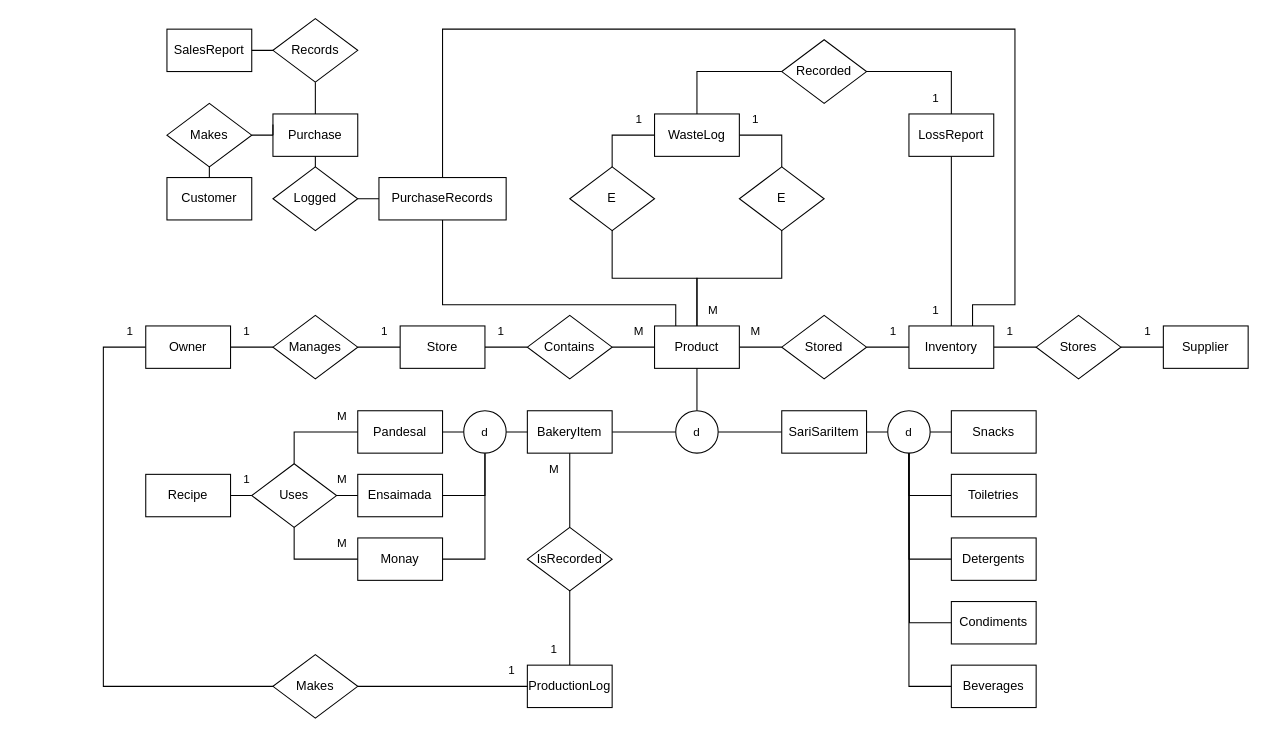
Above: Reworked ERD.drawio in ConnedMaster/ITS131P (draw.io), before the change. Source tidied: cells renumbered, new cells numbered last; positions are measured from the earlier drawing's top-left corner, leaving out a move shared by most shapes. Both pictures are drawn from the tidied source at 106%, with x=0, y=0 at pixel (103, 18).
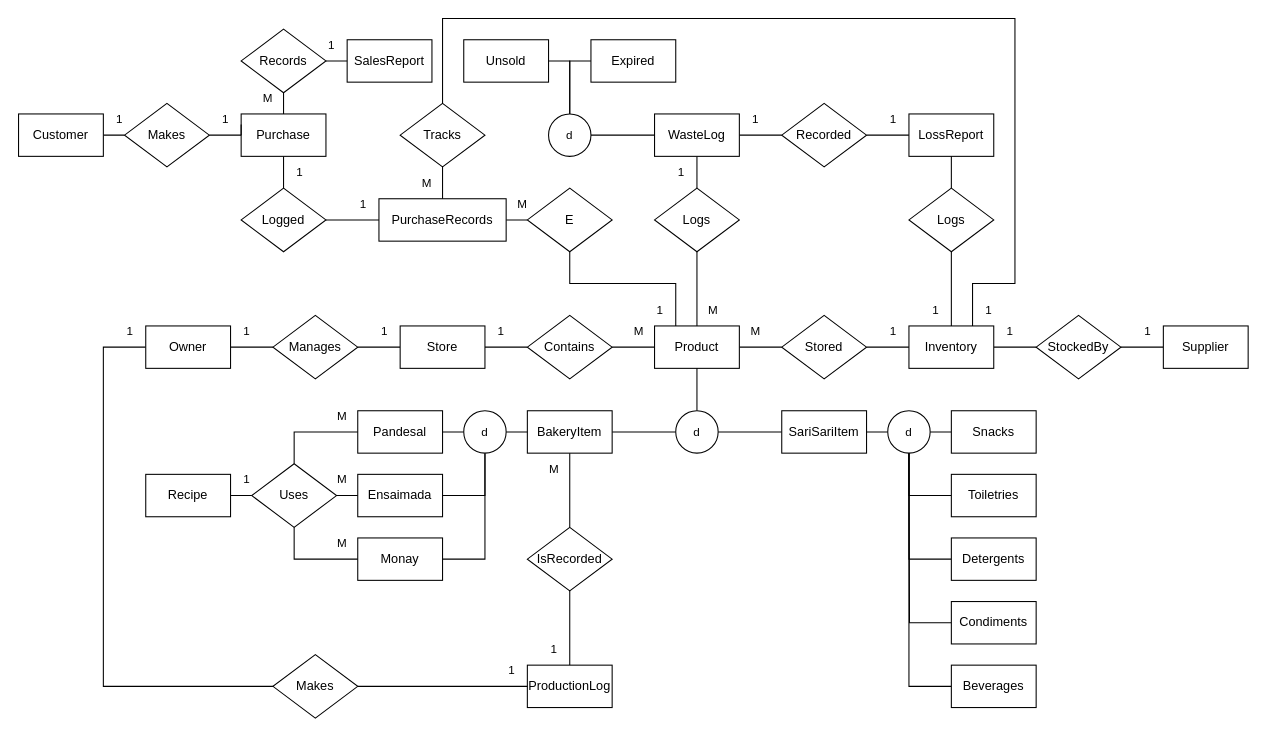
Above is the later version.

Unchanged cells that the change refers to:
```xml
<mxCell id="16" value="Product" style="whiteSpace=wrap;html=1;align=center;" parent="1" vertex="1">
  <mxGeometry x="520" y="290" width="80" height="40" as="geometry" />
</mxCell>
<mxCell id="20" value="Inventory" style="whiteSpace=wrap;html=1;align=center;" parent="1" vertex="1">
  <mxGeometry x="760" y="290" width="80" height="40" as="geometry" />
</mxCell>
<mxCell id="70" value="WasteLog" style="whiteSpace=wrap;html=1;align=center;" parent="1" vertex="1">
  <mxGeometry x="520" y="90" width="80" height="40" as="geometry" />
</mxCell>
<mxCell id="77" value="LossReport" style="whiteSpace=wrap;html=1;align=center;" parent="1" vertex="1">
  <mxGeometry x="760" y="90" width="80" height="40" as="geometry" />
</mxCell>
```

Change to the diagram source:
```diff
@@
-    <mxCell id="14" style="edgeStyle=orthogonalEdgeStyle;shape=connector;rounded=0;jettySize=auto;html=1;entryX=0.5;entryY=1;entryDx=0;entryDy=0;strokeColor=default;align=center;verticalAlign=middle;fontFamily=Helvetica;fontSize=11;fontColor=default;labelBackgroundColor=default;startFill=0;endArrow=none;" parent="1" edge="1" source="16" target="66">
-      <mxGeometry relative="1" as="geometry" />
-    </mxCell>
@@
-    <mxCell id="22" value="Stores" style="shape=rhombus;perimeter=rhombusPerimeter;whiteSpace=wrap;html=1;align=center;" parent="1" vertex="1">
+    <mxCell id="22" value="StockedBy" style="shape=rhombus;perimeter=rhombusPerimeter;whiteSpace=wrap;html=1;align=center;" parent="1" vertex="1">
       <mxGeometry x="880" y="280" width="80" height="60" as="geometry" />
     </mxCell>
@@
-    <mxCell id="60" style="edgeStyle=orthogonalEdgeStyle;shape=connector;rounded=0;jettySize=auto;html=1;entryX=0.25;entryY=0;entryDx=0;entryDy=0;strokeColor=default;align=center;verticalAlign=middle;fontFamily=Helvetica;fontSize=11;fontColor=default;labelBackgroundColor=default;startFill=0;endArrow=none;exitX=0.5;exitY=1;exitDx=0;exitDy=0;" parent="1" edge="1" source="62" target="16">
-      <mxGeometry relative="1" as="geometry">
-        <Array as="points">
-          <mxPoint x="320" y="270" />
-          <mxPoint x="540" y="270" />
-        </Array>
-      </mxGeometry>
-    </mxCell>
-    <mxCell id="61" style="edgeStyle=orthogonalEdgeStyle;shape=connector;rounded=0;jettySize=auto;html=1;entryX=0.75;entryY=0;entryDx=0;entryDy=0;strokeColor=default;align=center;verticalAlign=middle;fontFamily=Helvetica;fontSize=11;fontColor=default;labelBackgroundColor=default;startFill=0;endArrow=none;exitX=0.5;exitY=0;exitDx=0;exitDy=0;" parent="1" edge="1" source="62" target="20">
+    <mxCell id="61" style="edgeStyle=orthogonalEdgeStyle;shape=connector;rounded=0;jettySize=auto;html=1;entryX=0.75;entryY=0;entryDx=0;entryDy=0;strokeColor=default;align=center;verticalAlign=middle;fontFamily=Helvetica;fontSize=11;fontColor=default;labelBackgroundColor=default;startFill=0;endArrow=none;exitX=0.5;exitY=0;exitDx=0;exitDy=0;" parent="1" edge="1" source="115" target="20">
       <mxGeometry relative="1" as="geometry">
         <Array as="points">
-          <mxPoint x="320" y="10" />
-          <mxPoint x="860" y="10" />
-          <mxPoint x="860" y="270" />
-          <mxPoint x="820" y="270" />
+          <mxPoint x="320" />
+          <mxPoint x="860" />
+          <mxPoint x="860" y="250" />
+          <mxPoint x="820" y="250" />
         </Array>
       </mxGeometry>
     </mxCell>
+    <mxCell id="107" style="edgeStyle=orthogonalEdgeStyle;shape=connector;rounded=0;jettySize=auto;html=1;entryX=0;entryY=0.5;entryDx=0;entryDy=0;strokeColor=default;align=center;verticalAlign=middle;fontFamily=Helvetica;fontSize=11;fontColor=default;labelBackgroundColor=default;startFill=0;endArrow=none;" parent="1" edge="1" source="62" target="66">
+      <mxGeometry relative="1" as="geometry" />
+    </mxCell>
     <mxCell id="62" value="PurchaseRecords" style="whiteSpace=wrap;html=1;align=center;" parent="1" vertex="1">
-      <mxGeometry x="260" y="150" width="120" height="40" as="geometry" />
+      <mxGeometry x="260" y="170" width="120" height="40" as="geometry" />
     </mxCell>
@@
     <mxCell id="64" value="Purchase" style="whiteSpace=wrap;html=1;align=center;" parent="1" vertex="1">
-      <mxGeometry x="160" y="90" width="80" height="40" as="geometry" />
+      <mxGeometry x="130" y="90" width="80" height="40" as="geometry" />
     </mxCell>
-    <mxCell id="65" style="edgeStyle=orthogonalEdgeStyle;shape=connector;rounded=0;jettySize=auto;html=1;entryX=0;entryY=0.5;entryDx=0;entryDy=0;strokeColor=default;align=center;verticalAlign=middle;fontFamily=Helvetica;fontSize=11;fontColor=default;labelBackgroundColor=default;startFill=0;endArrow=none;" parent="1" edge="1" source="66" target="70">
-      <mxGeometry relative="1" as="geometry">
-        <Array as="points">
-          <mxPoint x="480" y="110" />
-        </Array>
-      </mxGeometry>
-    </mxCell>
-    <mxCell id="66" value="E" style="shape=rhombus;perimeter=rhombusPerimeter;whiteSpace=wrap;html=1;align=center;" parent="1" vertex="1">
-      <mxGeometry x="440" y="140" width="80" height="60" as="geometry" />
-    </mxCell>
-    <mxCell id="67" style="edgeStyle=orthogonalEdgeStyle;shape=connector;rounded=0;jettySize=auto;html=1;entryX=1;entryY=0.5;entryDx=0;entryDy=0;strokeColor=default;align=center;verticalAlign=middle;fontFamily=Helvetica;fontSize=11;fontColor=default;labelBackgroundColor=default;startFill=0;endArrow=none;" parent="1" edge="1" source="68" target="70">
-      <mxGeometry relative="1" as="geometry">
-        <Array as="points">
-          <mxPoint x="640" y="110" />
-        </Array>
-      </mxGeometry>
+    <mxCell id="67" style="edgeStyle=orthogonalEdgeStyle;shape=connector;rounded=0;jettySize=auto;html=1;entryX=0.5;entryY=1;entryDx=0;entryDy=0;strokeColor=default;align=center;verticalAlign=middle;fontFamily=Helvetica;fontSize=11;fontColor=default;labelBackgroundColor=default;startFill=0;endArrow=none;" parent="1" edge="1" source="68" target="70">
+      <mxGeometry relative="1" as="geometry" />
     </mxCell>
-    <mxCell id="68" value="E" style="shape=rhombus;perimeter=rhombusPerimeter;whiteSpace=wrap;html=1;align=center;" parent="1" vertex="1">
-      <mxGeometry x="600" y="140" width="80" height="60" as="geometry" />
+    <mxCell id="68" value="Logs" style="shape=rhombus;perimeter=rhombusPerimeter;whiteSpace=wrap;html=1;align=center;" parent="1" vertex="1">
+      <mxGeometry x="520" y="160" width="80" height="60" as="geometry" />
     </mxCell>
-    <mxCell id="69" style="edgeStyle=orthogonalEdgeStyle;shape=connector;rounded=0;jettySize=auto;html=1;strokeColor=default;align=center;verticalAlign=middle;fontFamily=Helvetica;fontSize=11;fontColor=default;labelBackgroundColor=default;startFill=0;endArrow=none;entryX=0;entryY=0.5;entryDx=0;entryDy=0;" parent="1" edge="1" source="70" target="75">
-      <mxGeometry relative="1" as="geometry">
-        <Array as="points">
-          <mxPoint x="560" y="50" />
-        </Array>
-      </mxGeometry>
+    <mxCell id="69" style="edgeStyle=orthogonalEdgeStyle;shape=connector;rounded=0;jettySize=auto;html=1;entryX=0;entryY=0.5;entryDx=0;entryDy=0;strokeColor=default;align=center;verticalAlign=middle;fontFamily=Helvetica;fontSize=11;fontColor=default;labelBackgroundColor=default;startFill=0;endArrow=none;" parent="1" edge="1" source="70" target="75">
+      <mxGeometry relative="1" as="geometry" />
     </mxCell>
@@
-    <mxCell id="72" style="edgeStyle=orthogonalEdgeStyle;shape=connector;rounded=0;jettySize=auto;html=1;entryX=0.5;entryY=1;entryDx=0;entryDy=0;strokeColor=default;align=center;verticalAlign=middle;fontFamily=Helvetica;fontSize=11;fontColor=default;labelBackgroundColor=default;startFill=0;endArrow=none;" parent="1" edge="1" source="73" target="81">
+    <mxCell id="72" style="edgeStyle=orthogonalEdgeStyle;shape=connector;rounded=0;jettySize=auto;html=1;entryX=0;entryY=0.5;entryDx=0;entryDy=0;strokeColor=default;align=center;verticalAlign=middle;fontFamily=Helvetica;fontSize=11;fontColor=default;labelBackgroundColor=default;startFill=0;endArrow=none;" parent="1" edge="1" source="73" target="81">
       <mxGeometry relative="1" as="geometry" />
     </mxCell>
     <mxCell id="73" value="Customer" style="whiteSpace=wrap;html=1;align=center;" parent="1" vertex="1">
-      <mxGeometry x="60" y="150" width="80" height="40" as="geometry" />
+      <mxGeometry x="-80" y="90" width="80" height="40" as="geometry" />
     </mxCell>
-    <mxCell id="74" style="edgeStyle=orthogonalEdgeStyle;shape=connector;rounded=0;jettySize=auto;html=1;entryX=0.5;entryY=0;entryDx=0;entryDy=0;strokeColor=default;align=center;verticalAlign=middle;fontFamily=Helvetica;fontSize=11;fontColor=default;labelBackgroundColor=default;startFill=0;endArrow=none;" parent="1" edge="1" source="75" target="77">
+    <mxCell id="74" style="edgeStyle=orthogonalEdgeStyle;shape=connector;rounded=0;jettySize=auto;html=1;entryX=0;entryY=0.5;entryDx=0;entryDy=0;strokeColor=default;align=center;verticalAlign=middle;fontFamily=Helvetica;fontSize=11;fontColor=default;labelBackgroundColor=default;startFill=0;endArrow=none;" parent="1" edge="1" source="75" target="77">
       <mxGeometry relative="1" as="geometry" />
     </mxCell>
     <mxCell id="75" value="Recorded" style="shape=rhombus;perimeter=rhombusPerimeter;whiteSpace=wrap;html=1;align=center;" parent="1" vertex="1">
-      <mxGeometry x="640" y="20" width="80" height="60" as="geometry" />
+      <mxGeometry x="640" y="80" width="80" height="60" as="geometry" />
     </mxCell>
-    <mxCell id="76" style="edgeStyle=orthogonalEdgeStyle;shape=connector;rounded=0;jettySize=auto;html=1;entryX=0.5;entryY=0;entryDx=0;entryDy=0;strokeColor=default;align=center;verticalAlign=middle;fontFamily=Helvetica;fontSize=11;fontColor=default;labelBackgroundColor=default;startFill=0;endArrow=none;" parent="1" edge="1" source="77" target="20">
-      <mxGeometry relative="1" as="geometry">
-        <Array as="points">
-          <mxPoint x="800" y="200" />
-          <mxPoint x="800" y="200" />
-        </Array>
-      </mxGeometry>
-    </mxCell>
@@
     <mxCell id="79" value="Logged" style="shape=rhombus;perimeter=rhombusPerimeter;whiteSpace=wrap;html=1;align=center;" parent="1" vertex="1">
-      <mxGeometry x="160" y="140" width="80" height="60" as="geometry" />
+      <mxGeometry x="130" y="160" width="80" height="60" as="geometry" />
     </mxCell>
@@
     <mxCell id="81" value="Makes" style="shape=rhombus;perimeter=rhombusPerimeter;whiteSpace=wrap;html=1;align=center;" parent="1" vertex="1">
-      <mxGeometry x="60" y="80" width="80" height="60" as="geometry" />
+      <mxGeometry x="20" y="80" width="80" height="60" as="geometry" />
     </mxCell>
     <mxCell id="82" value="SalesReport" style="whiteSpace=wrap;html=1;align=center;" parent="1" vertex="1">
-      <mxGeometry x="60" y="10" width="80" height="40" as="geometry" />
+      <mxGeometry x="230" y="20" width="80" height="40" as="geometry" />
     </mxCell>
@@
-    <mxCell id="84" style="edgeStyle=orthogonalEdgeStyle;shape=connector;rounded=0;jettySize=auto;html=1;entryX=1;entryY=0.5;entryDx=0;entryDy=0;strokeColor=default;align=center;verticalAlign=middle;fontFamily=Helvetica;fontSize=11;fontColor=default;labelBackgroundColor=default;startFill=0;endArrow=none;" parent="1" edge="1" source="85" target="82">
+    <mxCell id="84" style="edgeStyle=orthogonalEdgeStyle;shape=connector;rounded=0;jettySize=auto;html=1;entryX=0;entryY=0.5;entryDx=0;entryDy=0;strokeColor=default;align=center;verticalAlign=middle;fontFamily=Helvetica;fontSize=11;fontColor=default;labelBackgroundColor=default;startFill=0;endArrow=none;" parent="1" edge="1" source="85" target="82">
       <mxGeometry relative="1" as="geometry" />
     </mxCell>
     <mxCell id="85" value="Records" style="shape=rhombus;perimeter=rhombusPerimeter;whiteSpace=wrap;html=1;align=center;" parent="1" vertex="1">
-      <mxGeometry x="160" width="80" height="60" as="geometry" />
+      <mxGeometry x="130" y="10" width="80" height="60" as="geometry" />
     </mxCell>
@@
-    <mxCell id="103" value="1" style="text;html=1;align=center;verticalAlign=middle;strokeColor=none;fillColor=none;fontFamily=Helvetica;fontSize=11;fontColor=default;labelBackgroundColor=default;" parent="1" vertex="1">
-      <mxGeometry x="490" y="80" width="30" height="30" as="geometry" />
-    </mxCell>
@@
     <mxCell id="105" value="1" style="text;html=1;align=center;verticalAlign=middle;strokeColor=none;fillColor=none;fontFamily=Helvetica;fontSize=11;fontColor=default;labelBackgroundColor=default;" parent="1" vertex="1">
-      <mxGeometry x="770" y="60" width="30" height="30" as="geometry" />
+      <mxGeometry x="730" y="80" width="30" height="30" as="geometry" />
     </mxCell>
@@
+    <mxCell id="108" value="1" style="text;html=1;align=center;verticalAlign=middle;strokeColor=none;fillColor=none;fontFamily=Helvetica;fontSize=11;fontColor=default;labelBackgroundColor=default;" parent="1" vertex="1">
+      <mxGeometry y="80" width="30" height="30" as="geometry" />
+    </mxCell>
+    <mxCell id="109" value="1" style="text;html=1;align=center;verticalAlign=middle;strokeColor=none;fillColor=none;fontFamily=Helvetica;fontSize=11;fontColor=default;labelBackgroundColor=default;" parent="1" vertex="1">
+      <mxGeometry x="100" y="80" width="30" height="30" as="geometry" />
+    </mxCell>
+    <mxCell id="110" value="1" style="text;html=1;align=center;verticalAlign=middle;strokeColor=none;fillColor=none;fontFamily=Helvetica;fontSize=11;fontColor=default;labelBackgroundColor=default;" parent="1" vertex="1">
+      <mxGeometry x="200" y="10" width="30" height="30" as="geometry" />
+    </mxCell>
+    <mxCell id="111" value="M" style="text;html=1;align=center;verticalAlign=middle;strokeColor=none;fillColor=none;fontFamily=Helvetica;fontSize=11;fontColor=default;labelBackgroundColor=default;" parent="1" vertex="1">
+      <mxGeometry x="140" y="60" width="30" height="30" as="geometry" />
+    </mxCell>
+    <mxCell id="112" value="1" style="text;html=1;align=center;verticalAlign=middle;strokeColor=none;fillColor=none;fontFamily=Helvetica;fontSize=11;fontColor=default;labelBackgroundColor=default;" parent="1" vertex="1">
+      <mxGeometry x="170" y="130" width="30" height="30" as="geometry" />
+    </mxCell>
+    <mxCell id="113" value="1" style="text;html=1;align=center;verticalAlign=middle;strokeColor=none;fillColor=none;fontFamily=Helvetica;fontSize=11;fontColor=default;labelBackgroundColor=default;" parent="1" vertex="1">
+      <mxGeometry x="230" y="160" width="30" height="30" as="geometry" />
+    </mxCell>
+    <mxCell id="114" style="edgeStyle=orthogonalEdgeStyle;shape=connector;rounded=0;jettySize=auto;html=1;entryX=0.5;entryY=0;entryDx=0;entryDy=0;strokeColor=default;align=center;verticalAlign=middle;fontFamily=Helvetica;fontSize=11;fontColor=default;labelBackgroundColor=default;startFill=0;endArrow=none;" parent="1" edge="1" source="115" target="62">
+      <mxGeometry relative="1" as="geometry" />
+    </mxCell>
+    <mxCell id="115" value="Tracks" style="shape=rhombus;perimeter=rhombusPerimeter;whiteSpace=wrap;html=1;align=center;" parent="1" vertex="1">
+      <mxGeometry x="280" y="80" width="80" height="60" as="geometry" />
+    </mxCell>
+    <mxCell id="116" value="M" style="text;html=1;align=center;verticalAlign=middle;strokeColor=none;fillColor=none;fontFamily=Helvetica;fontSize=11;fontColor=default;labelBackgroundColor=default;" parent="1" vertex="1">
+      <mxGeometry x="290" y="140" width="30" height="30" as="geometry" />
+    </mxCell>
+    <mxCell id="117" value="1" style="text;html=1;align=center;verticalAlign=middle;strokeColor=none;fillColor=none;fontFamily=Helvetica;fontSize=11;fontColor=default;labelBackgroundColor=default;" parent="1" vertex="1">
+      <mxGeometry x="820" y="260" width="30" height="30" as="geometry" />
+    </mxCell>
+    <mxCell id="118" style="edgeStyle=orthogonalEdgeStyle;shape=connector;rounded=0;jettySize=auto;html=1;entryX=0;entryY=0.5;entryDx=0;entryDy=0;strokeColor=default;align=center;verticalAlign=middle;fontFamily=Helvetica;fontSize=11;fontColor=default;labelBackgroundColor=default;startFill=0;endArrow=none;" parent="1" edge="1" source="121" target="70">
+      <mxGeometry relative="1" as="geometry" />
+    </mxCell>
+    <mxCell id="119" style="edgeStyle=orthogonalEdgeStyle;shape=connector;rounded=0;jettySize=auto;html=1;entryX=1;entryY=0.5;entryDx=0;entryDy=0;strokeColor=default;align=center;verticalAlign=middle;fontFamily=Helvetica;fontSize=11;fontColor=default;labelBackgroundColor=default;startFill=0;endArrow=none;" parent="1" edge="1" source="121" target="122">
+      <mxGeometry relative="1" as="geometry" />
+    </mxCell>
+    <mxCell id="120" style="edgeStyle=orthogonalEdgeStyle;shape=connector;rounded=0;jettySize=auto;html=1;entryX=0;entryY=0.5;entryDx=0;entryDy=0;strokeColor=default;align=center;verticalAlign=middle;fontFamily=Helvetica;fontSize=11;fontColor=default;labelBackgroundColor=default;startFill=0;endArrow=none;" parent="1" edge="1" source="121" target="123">
+      <mxGeometry relative="1" as="geometry" />
+    </mxCell>
+    <mxCell id="121" value="d" style="ellipse;whiteSpace=wrap;html=1;fontFamily=Helvetica;fontSize=11;fontColor=default;labelBackgroundColor=default;" parent="1" vertex="1">
+      <mxGeometry x="420" y="90" width="40" height="40" as="geometry" />
+    </mxCell>
+    <mxCell id="122" value="Unsold" style="whiteSpace=wrap;html=1;align=center;" parent="1" vertex="1">
+      <mxGeometry x="340" y="20" width="80" height="40" as="geometry" />
+    </mxCell>
+    <mxCell id="123" value="Expired" style="whiteSpace=wrap;html=1;align=center;" parent="1" vertex="1">
+      <mxGeometry x="460" y="20" width="80" height="40" as="geometry" />
+    </mxCell>
+    <mxCell id="124" value="1" style="text;html=1;align=center;verticalAlign=middle;strokeColor=none;fillColor=none;fontFamily=Helvetica;fontSize=11;fontColor=default;labelBackgroundColor=default;" parent="1" vertex="1">
+      <mxGeometry x="530" y="130" width="30" height="30" as="geometry" />
+    </mxCell>
+    <mxCell id="125" style="edgeStyle=orthogonalEdgeStyle;shape=connector;rounded=0;jettySize=auto;html=1;entryX=0.25;entryY=0;entryDx=0;entryDy=0;strokeColor=default;align=center;verticalAlign=middle;fontFamily=Helvetica;fontSize=11;fontColor=default;labelBackgroundColor=default;startFill=0;endArrow=none;" parent="1" edge="1" source="66" target="16">
+      <mxGeometry relative="1" as="geometry">
+        <Array as="points">
+          <mxPoint x="440" y="250" />
+          <mxPoint x="540" y="250" />
+        </Array>
+      </mxGeometry>
+    </mxCell>
+    <mxCell id="66" value="E" style="shape=rhombus;perimeter=rhombusPerimeter;whiteSpace=wrap;html=1;align=center;" parent="1" vertex="1">
+      <mxGeometry x="400" y="160" width="80" height="60" as="geometry" />
+    </mxCell>
+    <mxCell id="126" value="M" style="text;html=1;align=center;verticalAlign=middle;strokeColor=none;fillColor=none;fontFamily=Helvetica;fontSize=11;fontColor=default;labelBackgroundColor=default;" parent="1" vertex="1">
+      <mxGeometry x="380" y="160" width="30" height="30" as="geometry" />
+    </mxCell>
+    <mxCell id="127" value="1" style="text;html=1;align=center;verticalAlign=middle;strokeColor=none;fillColor=none;fontFamily=Helvetica;fontSize=11;fontColor=default;labelBackgroundColor=default;" parent="1" vertex="1">
+      <mxGeometry x="510" y="260" width="30" height="30" as="geometry" />
+    </mxCell>
+    <mxCell id="128" style="edgeStyle=orthogonalEdgeStyle;shape=connector;rounded=0;jettySize=auto;html=1;entryX=0.5;entryY=0;entryDx=0;entryDy=0;strokeColor=default;align=center;verticalAlign=middle;fontFamily=Helvetica;fontSize=11;fontColor=default;labelBackgroundColor=default;startFill=0;endArrow=none;" parent="1" edge="1" source="130" target="20">
+      <mxGeometry relative="1" as="geometry" />
+    </mxCell>
+    <mxCell id="129" style="edgeStyle=orthogonalEdgeStyle;shape=connector;rounded=0;jettySize=auto;html=1;entryX=0.5;entryY=1;entryDx=0;entryDy=0;strokeColor=default;align=center;verticalAlign=middle;fontFamily=Helvetica;fontSize=11;fontColor=default;labelBackgroundColor=default;startFill=0;endArrow=none;" parent="1" edge="1" source="130" target="77">
+      <mxGeometry relative="1" as="geometry" />
+    </mxCell>
+    <mxCell id="130" value="Logs" style="shape=rhombus;perimeter=rhombusPerimeter;whiteSpace=wrap;html=1;align=center;" parent="1" vertex="1">
+      <mxGeometry x="760" y="160" width="80" height="60" as="geometry" />
+    </mxCell>
```
